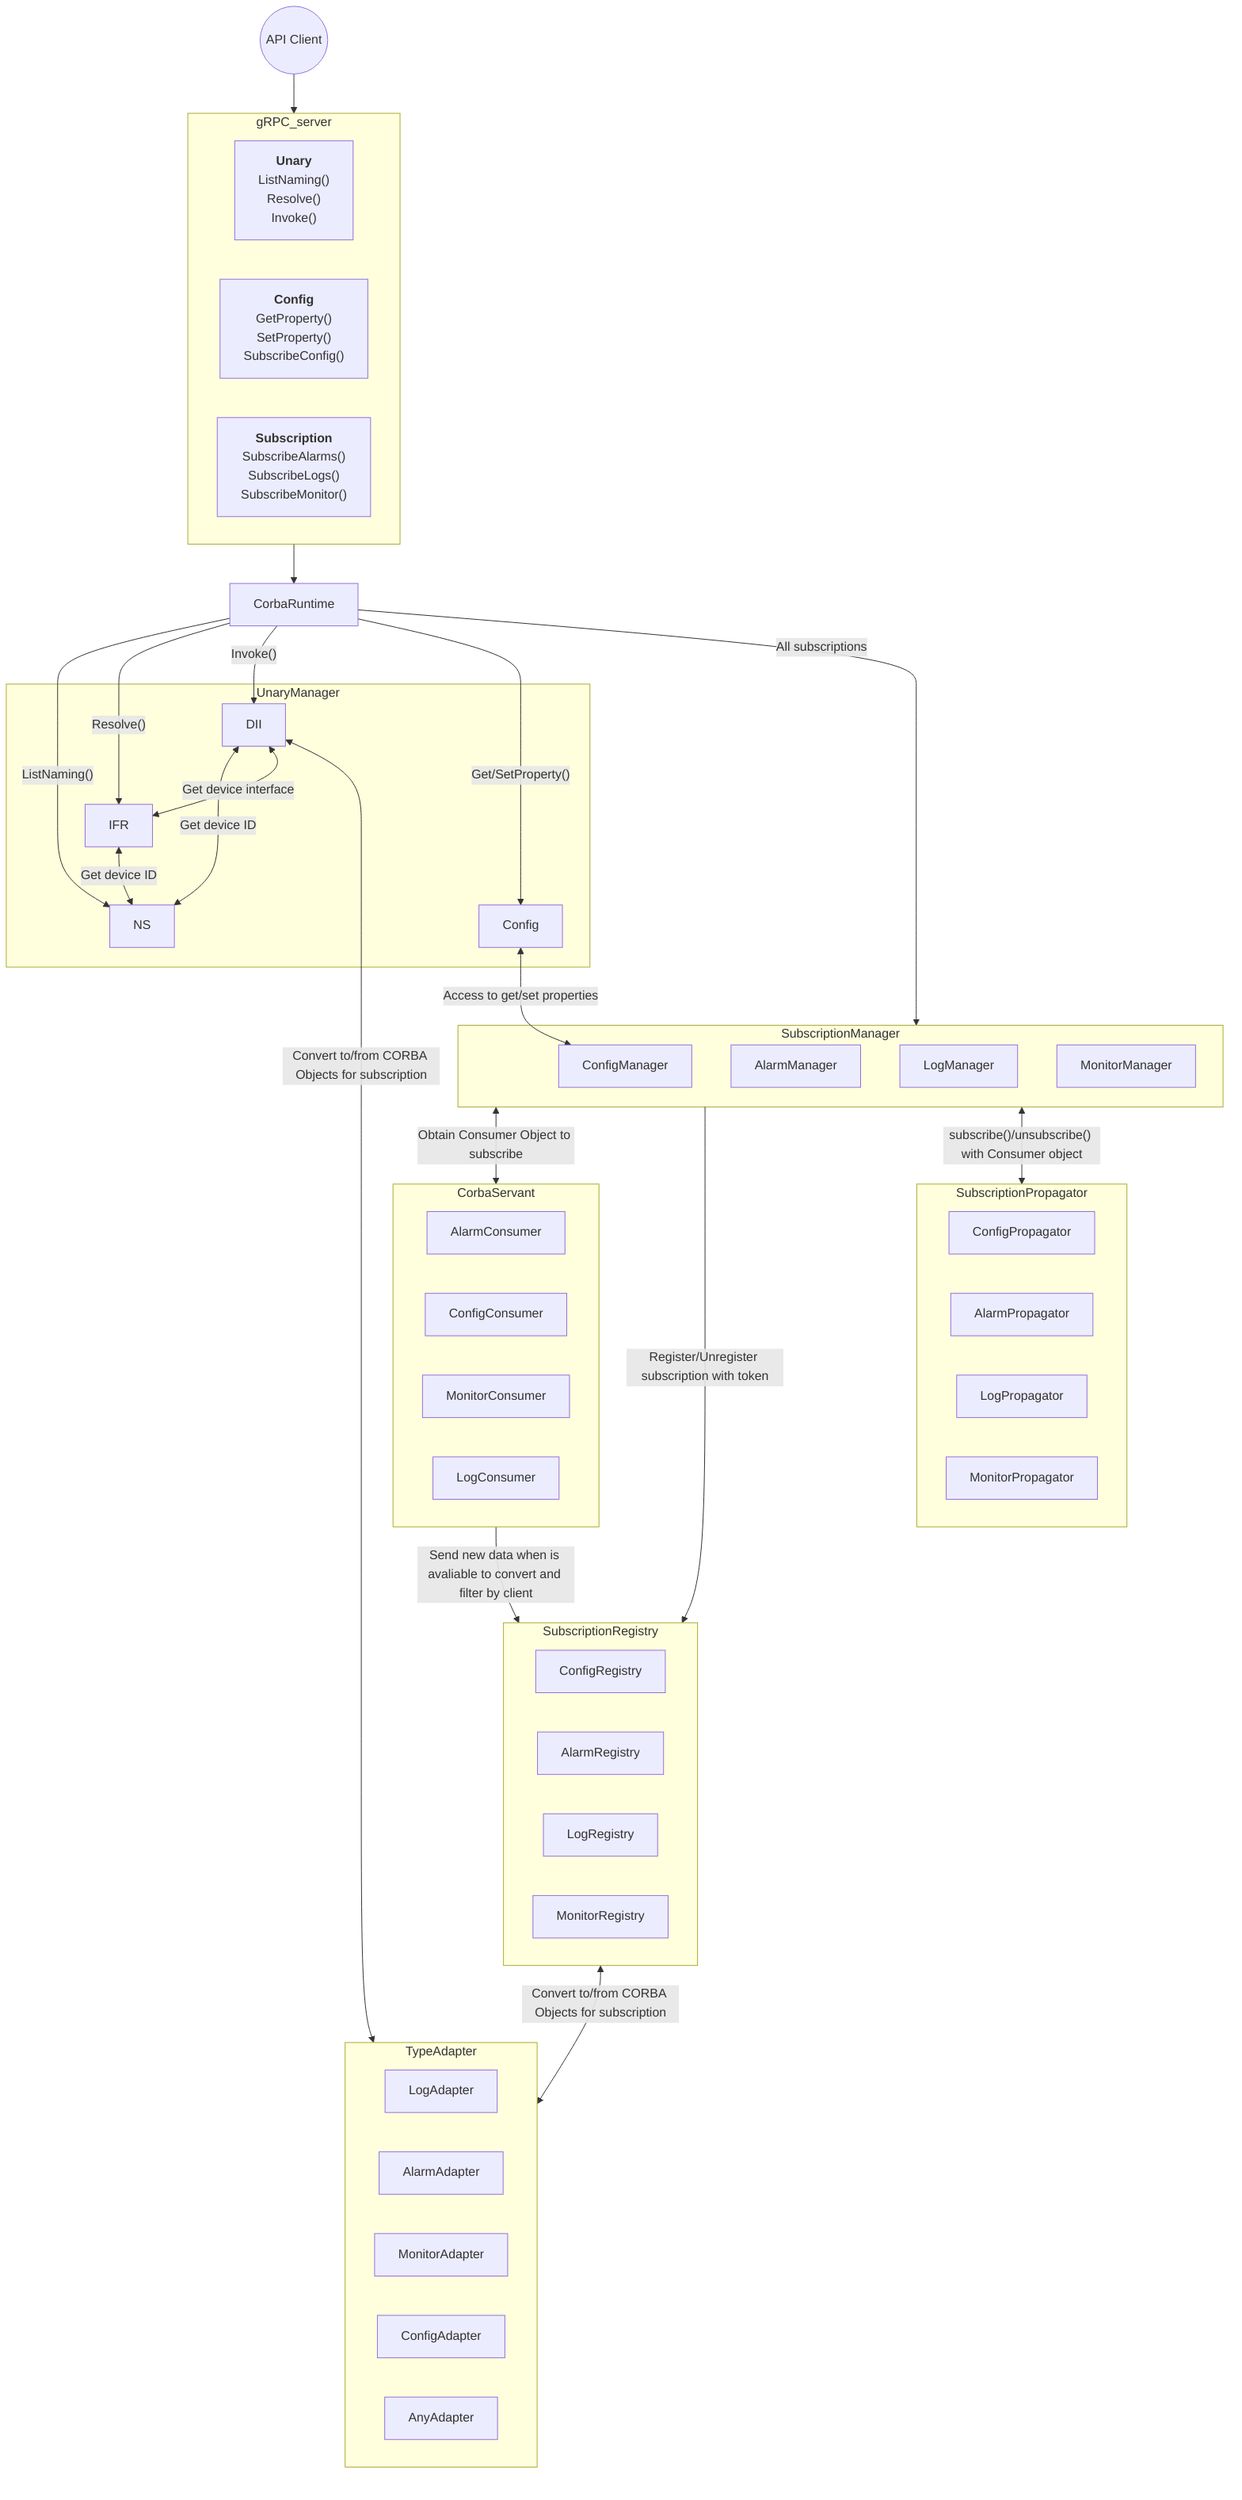
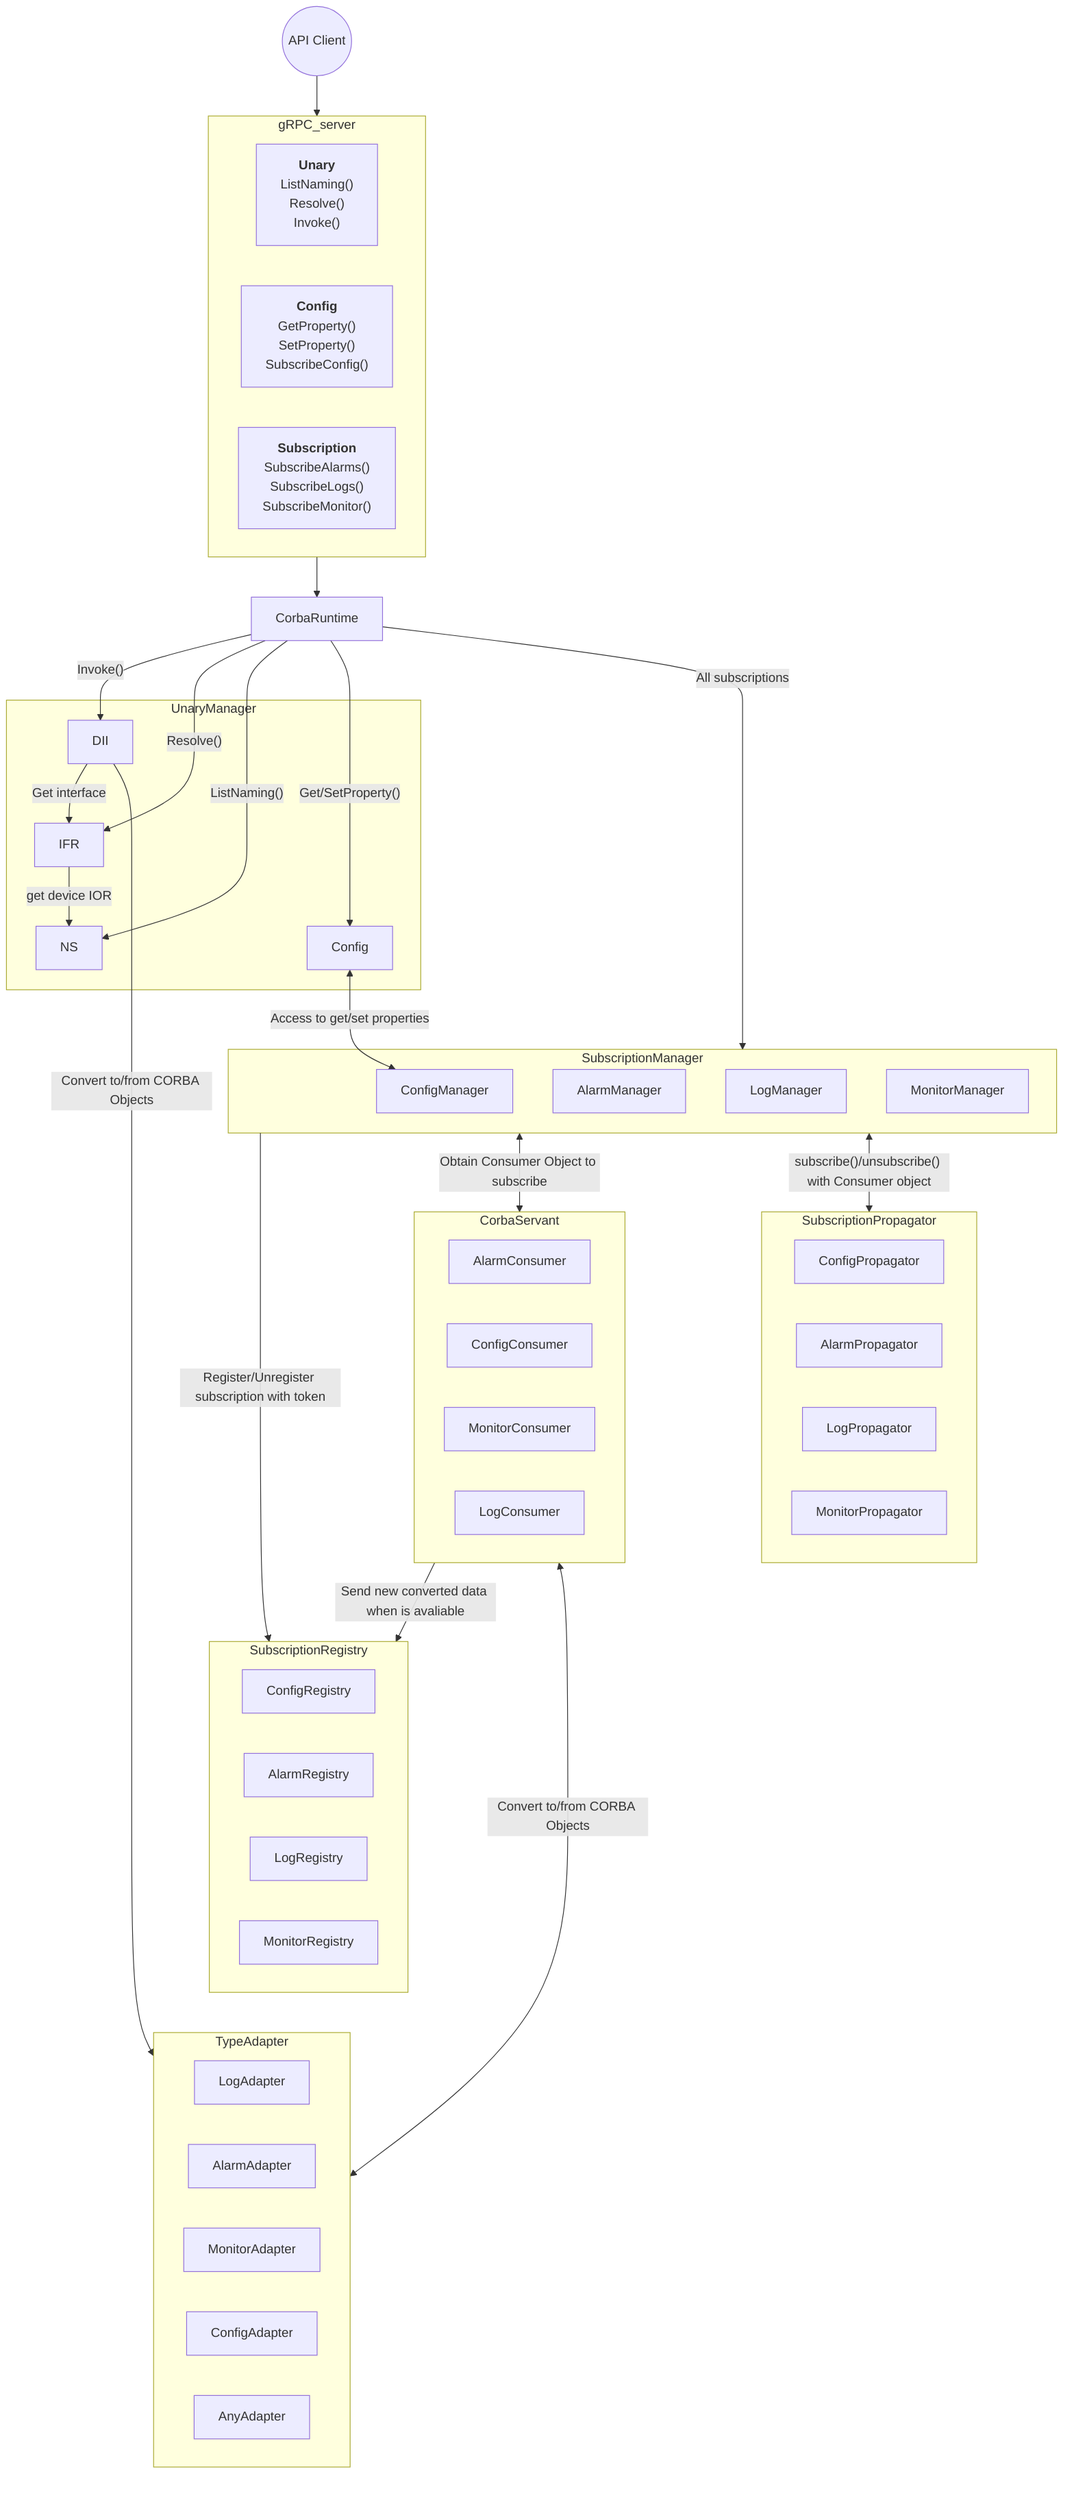
flowchart TD

start((API Client))

subgraph gRPC_server
    unary["`
            **Unary**
            ListNaming()
            Resolve()
            Invoke()
            `"]

    config["`
            **Config**
            GetProperty()
            SetProperty()
            SubscribeConfig()
            `"]

    subscription["`
            **Subscription**
            SubscribeAlarms()
            SubscribeLogs()
            SubscribeMonitor()
            `"]
end

subgraph "UnaryManager"
    NS
    IFR
    DII
    Config
end

subgraph SubscriptionManager
    ConfigManager
    AlarmManager
    LogManager
    MonitorManager
end

subgraph CorbaServant
    AlarmConsumer
    ConfigConsumer
    MonitorConsumer
    LogConsumer
end

subgraph TypeAdapter
    LogAdapter
    AlarmAdapter
    MonitorAdapter
    ConfigAdapter
    AnyAdapter
end

subgraph SubscriptionRegistry
    ConfigRegistry
    AlarmRegistry
    LogRegistry
    MonitorRegistry
end

subgraph SubscriptionPropagator
    ConfigPropagator
    AlarmPropagator
    LogPropagator
    MonitorPropagator
end

start --> gRPC_server
gRPC_server --> CorbaRuntime
+ CorbaRuntime --Invoke()--> DII
+ DII --Get interface--> IFR
+ DII --Convert to/from CORBA Objects--> TypeAdapter
+ CorbaRuntime --Resolve()--> IFR
+ IFR --get device IOR--> NS
CorbaRuntime --ListNaming()--> NS
- CorbaRuntime --Resolve()--> IFR
- IFR <--Get device ID--> NS
- CorbaRuntime --Invoke()--> DII
- DII <--Get device ID--> NS
- DII <--Get device interface--> IFR
CorbaRuntime --Get/SetProperty()----> Config
Config <--Access to get/set properties--> ConfigManager
CorbaRuntime --All subscriptions--> SubscriptionManager
+ SubscriptionManager --Register/Unregister subscription with token--> SubscriptionRegistry
SubscriptionManager <--Obtain Consumer Object to subscribe--> CorbaServant
- SubscriptionManager --Register/Unregister subscription with token--> SubscriptionRegistry
SubscriptionManager <--subscribe()/unsubscribe() with Consumer object--> SubscriptionPropagator
- CorbaServant --Send new data when is avaliable to convert and filter by client--> SubscriptionRegistry
- SubscriptionRegistry <--Convert to/from CORBA Objects for subscription--> TypeAdapter
- DII <--Convert to/from CORBA Objects for subscription--> TypeAdapter
+ CorbaServant --Send new converted data when is avaliable--> SubscriptionRegistry
+ CorbaServant <--Convert to/from CORBA Objects---> TypeAdapter
